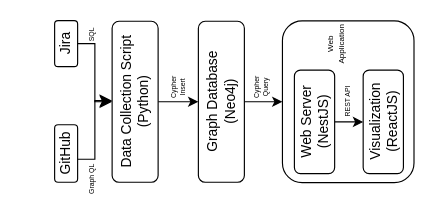
Earlier version of the draw.io diagram Untitled Diagram.drawio (hank0982/collaboration-network). Source tidied: cells renumbered, new cells numbered last; positions are measured from the earlier drawing's top-left corner, leaving out a move shared by most shapes. Both pictures are drawn from the tidied source at 115%, with x=0, y=0 at pixel (37, 25).
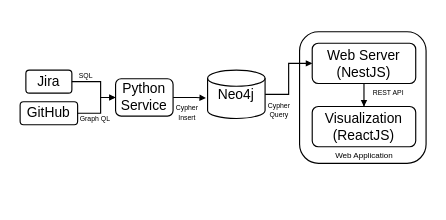
The same page after the edit.

What changed in the source:
```diff
@@
-    <mxCell id="2" style="rounded=1;whiteSpace=wrap;html=1;rotation=-90;" parent="1" vertex="1">
-      <mxGeometry x="200" y="8.8" width="140.6" height="114.4" as="geometry" />
+    <mxCell id="2" style="rounded=1;whiteSpace=wrap;html=1;rotation=0;strokeWidth=1;" parent="1" vertex="1">
+      <mxGeometry x="228" y="5.1" width="110" height="114.4" as="geometry" />
     </mxCell>
+    <mxCell id="10" value="Web Server&lt;br&gt;(NestJS)" style="rounded=1;whiteSpace=wrap;html=1;rotation=0;strokeWidth=1;" parent="1" vertex="1">
+      <mxGeometry x="239" y="15.1" width="90" height="35" as="geometry" />
+    </mxCell>
+    <mxCell id="11" value="Visualization&lt;br&gt;(ReactJS)" style="rounded=1;whiteSpace=wrap;html=1;rotation=0;strokeWidth=1;" parent="1" vertex="1">
+      <mxGeometry x="239" y="70.1" width="90" height="35" as="geometry" />
+    </mxCell>
+    <mxCell id="9" style="edgeStyle=orthogonalEdgeStyle;rounded=0;jettySize=auto;html=1;endArrow=block;endFill=1;endSize=3;strokeWidth=1;" parent="1" edge="1" source="10" target="11">
+      <mxGeometry relative="1" as="geometry" />
+    </mxCell>
+    <mxCell id="12" value="Web Application" style="text;html=1;strokeColor=none;fillColor=none;align=center;verticalAlign=middle;whiteSpace=wrap;rounded=0;rotation=0;fontSize=7;strokeWidth=1;" parent="1" vertex="1">
+      <mxGeometry x="234.5" y="98" width="99" height="30" as="geometry" />
+    </mxCell>
+    <mxCell id="19" value="REST API" style="text;html=1;strokeColor=none;fillColor=none;align=center;verticalAlign=middle;whiteSpace=wrap;rounded=0;rotation=0;fontSize=6;strokeWidth=1;" parent="1" vertex="1">
+      <mxGeometry x="288.4" y="46.1" width="35" height="25" as="geometry" />
+    </mxCell>
-    <mxCell id="3" value="Jira" style="rounded=1;whiteSpace=wrap;html=1;rotation=-90;" parent="1" vertex="1">
-      <mxGeometry x="5" y="5.4" width="40" height="20" as="geometry" />
+    <mxCell id="3" value="Jira" style="rounded=1;whiteSpace=wrap;html=1;rotation=0;strokeWidth=1;" parent="1" vertex="1">
+      <mxGeometry x="-10" y="38.5" width="40" height="20" as="geometry" />
     </mxCell>
-    <mxCell id="4" value="GitHub" style="rounded=1;whiteSpace=wrap;html=1;rotation=-90;" parent="1" vertex="1">
-      <mxGeometry y="101" width="50" height="20" as="geometry" />
+    <mxCell id="4" value="GitHub" style="rounded=1;whiteSpace=wrap;html=1;rotation=0;strokeWidth=1;" parent="1" vertex="1">
+      <mxGeometry x="-15" y="66" width="50" height="20" as="geometry" />
     </mxCell>
-    <mxCell id="5" style="edgeStyle=orthogonalEdgeStyle;rounded=0;jettySize=auto;html=1;entryX=0.5;entryY=0;entryDx=0;entryDy=0;" parent="1" edge="1" source="6" target="8">
-      <mxGeometry relative="1" as="geometry" />
-    </mxCell>
+    <mxCell id="20" style="edgeStyle=orthogonalEdgeStyle;rounded=0;jettySize=auto;html=1;entryX=-0.029;entryY=0.577;entryDx=0;entryDy=0;entryPerimeter=0;endArrow=block;endFill=1;endSize=3;strokeWidth=1;" parent="1" edge="1" source="6" target="22">
+      <mxGeometry relative="1" as="geometry" />
+    </mxCell>
-    <mxCell id="6" value="Data Collection Script&lt;br&gt;(Python)" style="rounded=1;whiteSpace=wrap;html=1;rotation=-90;" parent="1" vertex="1">
-      <mxGeometry x="15" y="46" width="140" height="40" as="geometry" />
+    <mxCell id="6" value="Python Service" style="rounded=1;whiteSpace=wrap;html=1;rotation=0;strokeWidth=1;" parent="1" vertex="1">
+      <mxGeometry x="68" y="46" width="50" height="32.5" as="geometry" />
     </mxCell>
-    <mxCell id="7" style="edgeStyle=orthogonalEdgeStyle;rounded=0;jettySize=auto;html=1;entryX=0.5;entryY=0;entryDx=0;entryDy=0;" parent="1" edge="1" source="8" target="2">
-      <mxGeometry relative="1" as="geometry" />
-    </mxCell>
-    <mxCell id="8" value="Graph Database&lt;br&gt;(Neo4j)" style="rounded=1;whiteSpace=wrap;html=1;rotation=-90;" parent="1" vertex="1">
-      <mxGeometry x="90" y="46" width="140" height="40" as="geometry" />
-    </mxCell>
-    <mxCell id="9" style="edgeStyle=orthogonalEdgeStyle;rounded=0;jettySize=auto;html=1;" parent="1" edge="1" source="10" target="11">
-      <mxGeometry relative="1" as="geometry" />
-    </mxCell>
-    <mxCell id="10" value="Web Server&lt;br&gt;(NestJS)" style="rounded=1;whiteSpace=wrap;html=1;rotation=-90;" parent="1" vertex="1">
-      <mxGeometry x="196" y="66" width="90" height="35" as="geometry" />
-    </mxCell>
-    <mxCell id="11" value="Visualization&lt;br&gt;(ReactJS)" style="rounded=1;whiteSpace=wrap;html=1;rotation=-90;" parent="1" vertex="1">
-      <mxGeometry x="255.8" y="66" width="90" height="35" as="geometry" />
-    </mxCell>
-    <mxCell id="12" value="Web&lt;br&gt;Application" style="text;html=1;strokeColor=none;fillColor=none;align=center;verticalAlign=middle;whiteSpace=wrap;rounded=0;rotation=-90;fontSize=7;" parent="1" vertex="1">
-      <mxGeometry x="239.6" y="1.4" width="41.2" height="30" as="geometry" />
-    </mxCell>
-    <mxCell id="13" style="edgeStyle=elbowEdgeStyle;elbow=horizontal;endArrow=classic;html=1;curved=0;rounded=0;endSize=8;startSize=8;" parent="1" edge="1">
+    <mxCell id="13" style="edgeStyle=elbowEdgeStyle;elbow=horizontal;endArrow=openThin;html=1;curved=0;rounded=0;endSize=3;startSize=8;exitX=1;exitY=0.5;exitDx=0;exitDy=0;entryX=0;entryY=0.5;entryDx=0;entryDy=0;endFill=0;strokeWidth=1;" parent="1" edge="1" source="4" target="6">
       <mxGeometry relative="1" as="geometry">
-        <mxPoint x="35" y="116" as="sourcePoint" />
-        <mxPoint x="65" y="65" as="targetPoint" />
+        <Array as="points">
+          <mxPoint x="55" y="66" />
+        </Array>
       </mxGeometry>
     </mxCell>
-    <mxCell id="14" style="edgeStyle=elbowEdgeStyle;elbow=horizontal;endArrow=classic;html=1;curved=0;rounded=0;endSize=8;startSize=8;exitX=0.5;exitY=1;exitDx=0;exitDy=0;" parent="1" edge="1" source="3">
+    <mxCell id="14" style="edgeStyle=elbowEdgeStyle;elbow=horizontal;endArrow=block;html=1;curved=0;rounded=0;endSize=3;startSize=8;exitX=1;exitY=0.5;exitDx=0;exitDy=0;entryX=0;entryY=0.5;entryDx=0;entryDy=0;endFill=1;strokeWidth=1;" parent="1" edge="1" source="3" target="6">
       <mxGeometry relative="1" as="geometry">
-        <mxPoint x="65" y="66" as="targetPoint" />
+        <Array as="points">
+          <mxPoint x="55" y="56" />
+        </Array>
       </mxGeometry>
     </mxCell>
-    <mxCell id="15" value="SQL" style="text;html=1;strokeColor=none;fillColor=none;align=center;verticalAlign=middle;whiteSpace=wrap;rounded=0;rotation=-90;fontSize=6;" parent="1" vertex="1">
-      <mxGeometry x="35" y="0.4" width="25" height="15" as="geometry" />
+    <mxCell id="15" value="SQL" style="text;html=1;strokeColor=none;fillColor=none;align=center;verticalAlign=middle;whiteSpace=wrap;rounded=0;rotation=0;fontSize=6;strokeWidth=1;" parent="1" vertex="1">
+      <mxGeometry x="30" y="36.5" width="25" height="15" as="geometry" />
     </mxCell>
-    <mxCell id="16" value="Graph QL" style="text;html=1;strokeColor=none;fillColor=none;align=center;verticalAlign=middle;whiteSpace=wrap;rounded=0;rotation=-90;fontSize=6;" parent="1" vertex="1">
-      <mxGeometry x="30" y="126" width="35" height="15" as="geometry" />
+    <mxCell id="16" value="Graph QL" style="text;html=1;strokeColor=none;fillColor=none;align=center;verticalAlign=middle;whiteSpace=wrap;rounded=0;rotation=0;fontSize=6;strokeWidth=1;" parent="1" vertex="1">
+      <mxGeometry x="33" y="73" width="35" height="15" as="geometry" />
     </mxCell>
-    <mxCell id="17" value="Cypher Insert" style="text;html=1;strokeColor=none;fillColor=none;align=center;verticalAlign=middle;whiteSpace=wrap;rounded=0;rotation=-90;fontSize=6;" parent="1" vertex="1">
-      <mxGeometry x="105" y="41" width="35" height="25" as="geometry" />
+    <mxCell id="17" value="Cypher Insert" style="text;html=1;strokeColor=none;fillColor=none;align=center;verticalAlign=middle;whiteSpace=wrap;rounded=0;rotation=0;fontSize=6;strokeWidth=1;" parent="1" vertex="1">
+      <mxGeometry x="113" y="63.5" width="35" height="25" as="geometry" />
     </mxCell>
-    <mxCell id="18" value="Cypher Query" style="text;html=1;strokeColor=none;fillColor=none;align=center;verticalAlign=middle;whiteSpace=wrap;rounded=0;rotation=-90;fontSize=6;" parent="1" vertex="1">
-      <mxGeometry x="177" y="41" width="35" height="25" as="geometry" />
+    <mxCell id="18" value="Cypher Query" style="text;html=1;strokeColor=none;fillColor=none;align=center;verticalAlign=middle;whiteSpace=wrap;rounded=0;rotation=0;fontSize=6;strokeWidth=1;" parent="1" vertex="1">
+      <mxGeometry x="193" y="61" width="35" height="25" as="geometry" />
     </mxCell>
-    <mxCell id="19" value="REST API" style="text;html=1;strokeColor=none;fillColor=none;align=center;verticalAlign=middle;whiteSpace=wrap;rounded=0;rotation=-90;fontSize=6;" parent="1" vertex="1">
-      <mxGeometry x="252.8" y="53.5" width="35" height="25" as="geometry" />
-    </mxCell>
+    <mxCell id="21" style="edgeStyle=orthogonalEdgeStyle;rounded=0;jettySize=auto;html=1;entryX=0;entryY=0.5;entryDx=0;entryDy=0;endArrow=block;endFill=1;endSize=3;strokeWidth=1;" parent="1" edge="1" source="22" target="10">
+      <mxGeometry relative="1" as="geometry" />
+    </mxCell>
+    <mxCell id="22" value="Neo4j" style="strokeWidth=1;html=1;shape=mxgraph.flowchart.database;whiteSpace=wrap;" parent="1" vertex="1">
+      <mxGeometry x="148" y="38.5" width="50" height="42" as="geometry" />
+    </mxCell>
```
